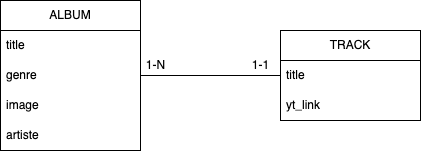
Above: client/src/assets/MCD.png in WildCodeSchool-2024-09/JS-BDX-Checkpoint-3 (draw.io), before the change. Source tidied: cells renumbered, new cells last; positions are measured from the earlier drawing's top-left corner, leaving out a move shared by most shapes. The source it was exported from:
```xml
<mxGraphModel>
  <root>
    <mxCell id="0" />
    <mxCell id="1" parent="0" />
    <mxCell id="2" value="ALBUM" style="swimlane;fontStyle=0;horizontal=1;startSize=30;whiteSpace=wrap;html=1;" parent="1" vertex="1">
      <mxGeometry width="140" height="150" as="geometry" />
    </mxCell>
    <mxCell id="3" value="title" style="text;strokeColor=none;fillColor=none;align=left;verticalAlign=middle;spacingLeft=4;spacingRight=4;overflow=hidden;whiteSpace=wrap;html=1;" parent="2" vertex="1">
      <mxGeometry y="30" width="140" height="30" as="geometry" />
    </mxCell>
    <mxCell id="4" value="genre" style="text;strokeColor=none;fillColor=none;align=left;verticalAlign=middle;spacingLeft=4;spacingRight=4;overflow=hidden;whiteSpace=wrap;html=1;" parent="2" vertex="1">
      <mxGeometry y="60" width="140" height="30" as="geometry" />
    </mxCell>
    <mxCell id="5" value="image" style="text;strokeColor=none;fillColor=none;align=left;verticalAlign=middle;spacingLeft=4;spacingRight=4;overflow=hidden;whiteSpace=wrap;html=1;" parent="2" vertex="1">
      <mxGeometry y="90" width="140" height="30" as="geometry" />
    </mxCell>
    <mxCell id="6" value="artiste" style="text;strokeColor=none;fillColor=none;align=left;verticalAlign=middle;spacingLeft=4;spacingRight=4;overflow=hidden;whiteSpace=wrap;html=1;" parent="2" vertex="1">
      <mxGeometry y="120" width="140" height="30" as="geometry" />
    </mxCell>
    <mxCell id="7" style="edgeStyle=orthogonalEdgeStyle;rounded=0;jettySize=auto;html=1;endArrow=none;endFill=0;" parent="1" edge="1" source="8" target="2">
      <mxGeometry relative="1" as="geometry" />
    </mxCell>
    <mxCell id="8" value="TRACK" style="swimlane;fontStyle=0;horizontal=1;startSize=30;whiteSpace=wrap;html=1;" parent="1" vertex="1">
      <mxGeometry x="280" y="30" width="140" height="90" as="geometry" />
    </mxCell>
    <mxCell id="9" value="title" style="text;strokeColor=none;fillColor=none;align=left;verticalAlign=middle;spacingLeft=4;spacingRight=4;overflow=hidden;whiteSpace=wrap;html=1;" parent="8" vertex="1">
      <mxGeometry y="30" width="140" height="30" as="geometry" />
    </mxCell>
    <mxCell id="10" value="yt_link" style="text;strokeColor=none;fillColor=none;align=left;verticalAlign=middle;spacingLeft=4;spacingRight=4;overflow=hidden;whiteSpace=wrap;html=1;" parent="8" vertex="1">
      <mxGeometry y="60" width="140" height="30" as="geometry" />
    </mxCell>
    <mxCell id="11" value="1-N" style="text;html=1;align=center;verticalAlign=middle;strokeColor=none;fillColor=none;" parent="1" vertex="1">
      <mxGeometry x="135" y="50" width="40" height="30" as="geometry" />
    </mxCell>
    <mxCell id="12" value="1-1" style="text;html=1;align=center;verticalAlign=middle;strokeColor=none;fillColor=none;" parent="1" vertex="1">
      <mxGeometry x="240" y="50" width="40" height="30" as="geometry" />
    </mxCell>
  </root>
</mxGraphModel>
```
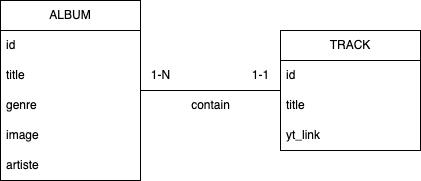
After the commit.

Diff of the diagram source:
```diff
@@ -3,37 +3,46 @@
     <mxCell id="0" />
     <mxCell id="1" parent="0" />
     <mxCell id="2" value="ALBUM" style="swimlane;fontStyle=0;horizontal=1;startSize=30;whiteSpace=wrap;html=1;" parent="1" vertex="1">
-      <mxGeometry width="140" height="150" as="geometry" />
+      <mxGeometry x="110" y="40" width="140" height="180" as="geometry" />
     </mxCell>
-    <mxCell id="3" value="title" style="text;strokeColor=none;fillColor=none;align=left;verticalAlign=middle;spacingLeft=4;spacingRight=4;overflow=hidden;whiteSpace=wrap;html=1;" parent="2" vertex="1">
-      <mxGeometry y="30" width="140" height="30" as="geometry" />
-    </mxCell>
+    <mxCell id="13" value="id" style="text;strokeColor=none;fillColor=none;align=left;verticalAlign=middle;spacingLeft=4;spacingRight=4;overflow=hidden;whiteSpace=wrap;html=1;" parent="2" vertex="1">
+      <mxGeometry y="30" width="140" height="30" as="geometry" />
+    </mxCell>
+    <mxCell id="14" value="title" style="text;strokeColor=none;fillColor=none;align=left;verticalAlign=middle;spacingLeft=4;spacingRight=4;overflow=hidden;whiteSpace=wrap;html=1;" parent="2" vertex="1">
+      <mxGeometry y="60" width="140" height="30" as="geometry" />
+    </mxCell>
     <mxCell id="4" value="genre" style="text;strokeColor=none;fillColor=none;align=left;verticalAlign=middle;spacingLeft=4;spacingRight=4;overflow=hidden;whiteSpace=wrap;html=1;" parent="2" vertex="1">
-      <mxGeometry y="60" width="140" height="30" as="geometry" />
+      <mxGeometry y="90" width="140" height="30" as="geometry" />
     </mxCell>
     <mxCell id="5" value="image" style="text;strokeColor=none;fillColor=none;align=left;verticalAlign=middle;spacingLeft=4;spacingRight=4;overflow=hidden;whiteSpace=wrap;html=1;" parent="2" vertex="1">
-      <mxGeometry y="90" width="140" height="30" as="geometry" />
+      <mxGeometry y="120" width="140" height="30" as="geometry" />
     </mxCell>
     <mxCell id="6" value="artiste" style="text;strokeColor=none;fillColor=none;align=left;verticalAlign=middle;spacingLeft=4;spacingRight=4;overflow=hidden;whiteSpace=wrap;html=1;" parent="2" vertex="1">
-      <mxGeometry y="120" width="140" height="30" as="geometry" />
+      <mxGeometry y="150" width="140" height="30" as="geometry" />
     </mxCell>
     <mxCell id="7" style="edgeStyle=orthogonalEdgeStyle;rounded=0;jettySize=auto;html=1;endArrow=none;endFill=0;" parent="1" edge="1" source="8" target="2">
       <mxGeometry relative="1" as="geometry" />
     </mxCell>
     <mxCell id="8" value="TRACK" style="swimlane;fontStyle=0;horizontal=1;startSize=30;whiteSpace=wrap;html=1;" parent="1" vertex="1">
-      <mxGeometry x="280" y="30" width="140" height="90" as="geometry" />
+      <mxGeometry x="390" y="70" width="140" height="120" as="geometry" />
     </mxCell>
-    <mxCell id="9" value="title" style="text;strokeColor=none;fillColor=none;align=left;verticalAlign=middle;spacingLeft=4;spacingRight=4;overflow=hidden;whiteSpace=wrap;html=1;" parent="8" vertex="1">
-      <mxGeometry y="30" width="140" height="30" as="geometry" />
-    </mxCell>
+    <mxCell id="15" value="id" style="text;strokeColor=none;fillColor=none;align=left;verticalAlign=middle;spacingLeft=4;spacingRight=4;overflow=hidden;whiteSpace=wrap;html=1;" parent="8" vertex="1">
+      <mxGeometry y="30" width="140" height="30" as="geometry" />
+    </mxCell>
+    <mxCell id="16" value="title" style="text;strokeColor=none;fillColor=none;align=left;verticalAlign=middle;spacingLeft=4;spacingRight=4;overflow=hidden;whiteSpace=wrap;html=1;" parent="8" vertex="1">
+      <mxGeometry y="60" width="140" height="30" as="geometry" />
+    </mxCell>
     <mxCell id="10" value="yt_link" style="text;strokeColor=none;fillColor=none;align=left;verticalAlign=middle;spacingLeft=4;spacingRight=4;overflow=hidden;whiteSpace=wrap;html=1;" parent="8" vertex="1">
-      <mxGeometry y="60" width="140" height="30" as="geometry" />
+      <mxGeometry y="90" width="140" height="30" as="geometry" />
     </mxCell>
     <mxCell id="11" value="1-N" style="text;html=1;align=center;verticalAlign=middle;strokeColor=none;fillColor=none;" parent="1" vertex="1">
-      <mxGeometry x="135" y="50" width="40" height="30" as="geometry" />
+      <mxGeometry x="250" y="100" width="40" height="30" as="geometry" />
     </mxCell>
     <mxCell id="12" value="1-1" style="text;html=1;align=center;verticalAlign=middle;strokeColor=none;fillColor=none;" parent="1" vertex="1">
-      <mxGeometry x="240" y="50" width="40" height="30" as="geometry" />
+      <mxGeometry x="350" y="100" width="40" height="30" as="geometry" />
     </mxCell>
+    <mxCell id="17" value="contain" style="text;html=1;align=center;verticalAlign=middle;strokeColor=none;fillColor=none;" parent="1" vertex="1">
+      <mxGeometry x="290" y="130" width="60" height="30" as="geometry" />
+    </mxCell>
   </root>
 </mxGraphModel>
```
